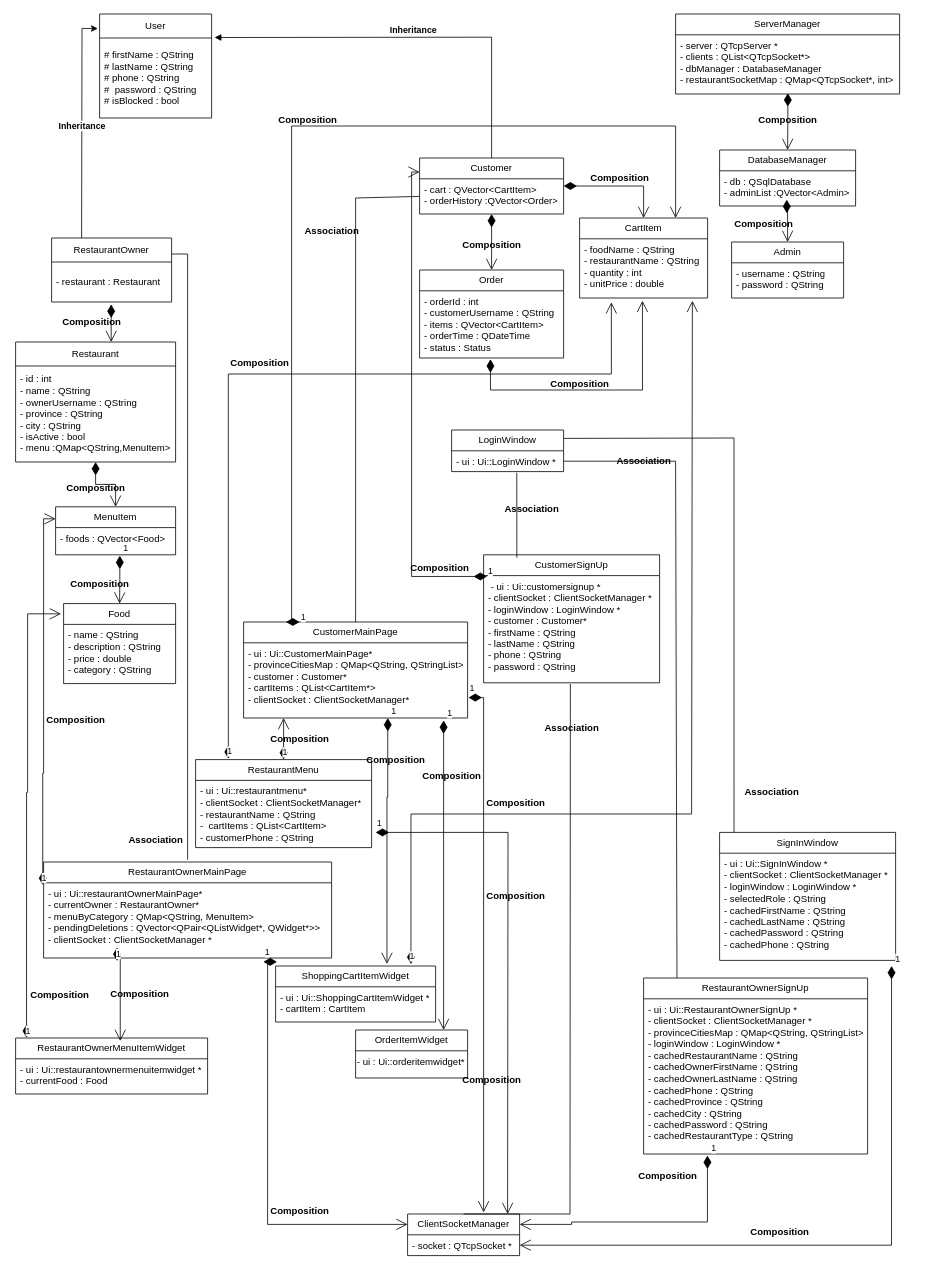
Above: Untitled Diagram.drawio in pooratho/FOOD (draw.io), before the change. Source tidied: cells renumbered, new cells numbered last; positions are measured from the earlier drawing's top-left corner, leaving out a move shared by most shapes. Both pictures are drawn from the tidied source at 80%, with x=0, y=0 at pixel (15, 14).
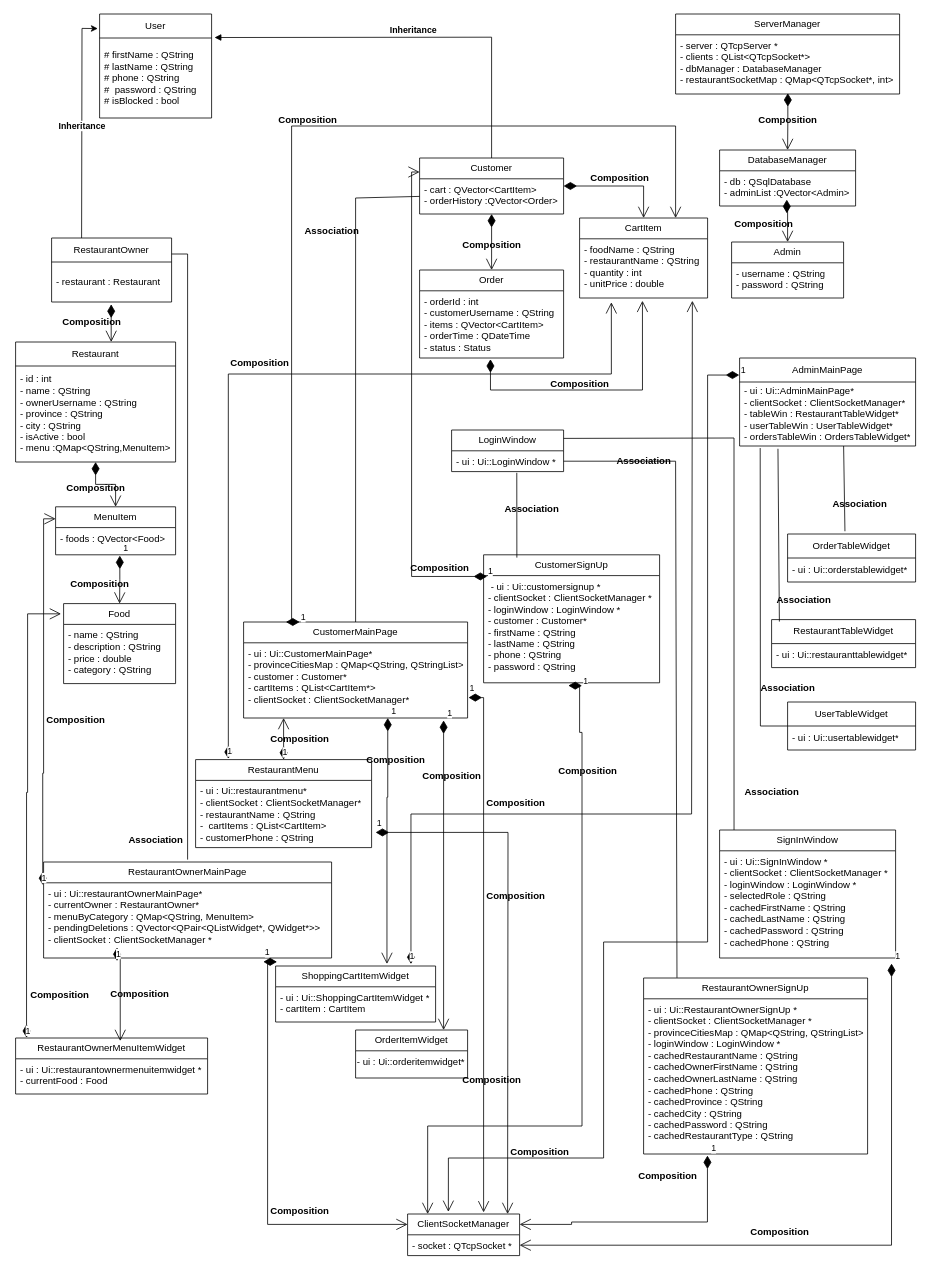
Above is the later version.

Unchanged cells that the change refers to:
```xml
<mxCell id="41" value="ClientSocketManager" style="swimlane;fontStyle=0;horizontal=1;startSize=26;fillColor=none;whiteSpace=wrap;html=1;" parent="1" vertex="1">
  <mxGeometry x="490" y="1500" width="140" height="52" as="geometry" />
</mxCell>
<mxCell id="49" value="&amp;nbsp;- ui : Ui::customersignup *&lt;br&gt;&lt;div&gt;- clientSocket : ClientSocketManager *&lt;/div&gt;&lt;div&gt;-&amp;nbsp;loginWindow :&amp;nbsp;LoginWindow *&lt;/div&gt;- customer : Customer*&lt;br&gt;&lt;div&gt;- firstName : QString&lt;/div&gt;&lt;div&gt;- lastName :&amp;nbsp;QString&lt;/div&gt;&lt;div&gt;- phone :&amp;nbsp;QString&lt;/div&gt;&lt;div&gt;- password :&amp;nbsp;QString&lt;/div&gt;" style="text;strokeColor=none;fillColor=none;align=left;verticalAlign=top;spacingLeft=4;spacingRight=4;overflow=hidden;points=[[0,0.5],[1,0.5]];portConstraint=eastwest;whiteSpace=wrap;html=1;" parent="48" vertex="1">
  <mxGeometry y="26" width="220" height="134" as="geometry" />
</mxCell>
```

The edit, as a diff of the source:
```diff
@@
     <mxCell id="45" value="SignInWindow" style="swimlane;fontStyle=0;horizontal=1;startSize=26;fillColor=none;whiteSpace=wrap;html=1;" parent="1" vertex="1">
-      <mxGeometry x="880" y="1023" width="220" height="160" as="geometry" />
+      <mxGeometry x="880" y="1020" width="220" height="160" as="geometry" />
     </mxCell>
@@
-    <mxCell id="51" value="&lt;strong&gt;Association&lt;/strong&gt; " style="text;align=center;fontStyle=1;verticalAlign=middle;spacingLeft=3;spacingRight=3;strokeColor=none;html=1;" parent="1" vertex="1">
-      <mxGeometry x="655" y="880" width="80" height="26" as="geometry" />
-    </mxCell>
-    <mxCell id="52" style="endArrow=none;html=1;rounded=0;entryX=0.493;entryY=1.011;entryDx=0;entryDy=0;entryPerimeter=0;exitX=0.5;exitY=0;exitDx=0;exitDy=0;" parent="1" edge="1" source="41" target="49">
-      <mxGeometry relative="1" as="geometry">
-        <Array as="points">
-          <mxPoint x="693" y="1500" />
-        </Array>
-      </mxGeometry>
-    </mxCell>
@@
+    <mxCell id="107" value="AdminMainPage" style="swimlane;fontStyle=0;horizontal=1;startSize=30;whiteSpace=wrap;html=1;" parent="1" vertex="1">
+      <mxGeometry x="905" y="430" width="220" height="110" as="geometry" />
+    </mxCell>
+    <mxCell id="108" value="&lt;div&gt;- ui : Ui::AdminMainPage*&lt;/div&gt;&lt;div&gt;-&amp;nbsp;clientSocket :&amp;nbsp;ClientSocketManager*&lt;/div&gt;&lt;div&gt;-&amp;nbsp;tableWin :&amp;nbsp;RestaurantTableWidget*&lt;/div&gt;&lt;div&gt;-&amp;nbsp;userTableWin :&amp;nbsp;UserTableWidget*&lt;/div&gt;- ordersTableWin : OrdersTableWidget*" style="text;strokeColor=none;fillColor=none;align=left;verticalAlign=middle;spacingLeft=4;spacingRight=4;overflow=hidden;points=[[0,0.5],[1,0.5]];portConstraint=eastwest;whiteSpace=wrap;html=1;" parent="107" vertex="1">
+      <mxGeometry y="30" width="220" height="80" as="geometry" />
+    </mxCell>
+    <mxCell id="109" value="OrderTableWidget" style="swimlane;fontStyle=0;horizontal=1;startSize=30;whiteSpace=wrap;html=1;" parent="1" vertex="1">
+      <mxGeometry x="965" y="650" width="160" height="60" as="geometry" />
+    </mxCell>
+    <mxCell id="110" value="- ui : Ui::orderstablewidget*" style="text;strokeColor=none;fillColor=none;align=left;verticalAlign=middle;spacingLeft=4;spacingRight=4;overflow=hidden;whiteSpace=wrap;html=1;" parent="109" vertex="1">
+      <mxGeometry y="30" width="160" height="30" as="geometry" />
+    </mxCell>
+    <mxCell id="111" value="RestaurantTableWidget" style="swimlane;fontStyle=0;horizontal=1;startSize=30;whiteSpace=wrap;html=1;" parent="1" vertex="1">
+      <mxGeometry x="945" y="757" width="180" height="60" as="geometry" />
+    </mxCell>
+    <mxCell id="112" value="- ui : Ui::restauranttablewidget*" style="text;strokeColor=none;fillColor=none;align=left;verticalAlign=middle;spacingLeft=4;spacingRight=4;overflow=hidden;whiteSpace=wrap;html=1;" parent="111" vertex="1">
+      <mxGeometry y="30" width="180" height="30" as="geometry" />
+    </mxCell>
+    <mxCell id="113" value="UserTableWidget" style="swimlane;fontStyle=0;horizontal=1;startSize=30;whiteSpace=wrap;html=1;" parent="1" vertex="1">
+      <mxGeometry x="965" y="860" width="160" height="60" as="geometry" />
+    </mxCell>
+    <mxCell id="114" value="- ui : Ui::usertablewidget*" style="text;strokeColor=none;fillColor=none;align=left;verticalAlign=middle;spacingLeft=4;spacingRight=4;overflow=hidden;points=[[0,0.5],[1,0.5]];portConstraint=eastwest;whiteSpace=wrap;html=1;" parent="113" vertex="1">
+      <mxGeometry y="30" width="160" height="30" as="geometry" />
+    </mxCell>
+    <mxCell id="115" value="1" style="endArrow=open;html=1;endSize=12;startArrow=diamondThin;startSize=14;startFill=1;edgeStyle=orthogonalEdgeStyle;align=left;verticalAlign=bottom;rounded=0;exitX=-0.002;exitY=0.194;exitDx=0;exitDy=0;exitPerimeter=0;entryX=0.364;entryY=-0.051;entryDx=0;entryDy=0;entryPerimeter=0;" parent="1" edge="1" source="107" target="41">
+      <mxGeometry x="-1" y="3" relative="1" as="geometry">
+        <Array as="points">
+          <mxPoint x="865" y="451" />
+          <mxPoint x="865" y="1160" />
+          <mxPoint x="735" y="1160" />
+          <mxPoint x="735" y="1430" />
+          <mxPoint x="541" y="1430" />
+        </Array>
+      </mxGeometry>
+    </mxCell>
+    <mxCell id="116" value="Composition" style="text;align=center;fontStyle=1;verticalAlign=middle;spacingLeft=3;spacingRight=3;strokeColor=none;html=1;" parent="1" vertex="1">
+      <mxGeometry x="615" y="1410" width="80" height="26" as="geometry" />
+    </mxCell>
+    <mxCell id="117" value="1" style="endArrow=open;html=1;endSize=12;startArrow=diamondThin;startSize=14;startFill=1;edgeStyle=orthogonalEdgeStyle;align=left;verticalAlign=bottom;rounded=0;exitX=0.559;exitY=1.027;exitDx=0;exitDy=0;exitPerimeter=0;entryX=0.179;entryY=0;entryDx=0;entryDy=0;entryPerimeter=0;" parent="1" edge="1" source="49" target="41">
+      <mxGeometry x="-1" y="3" relative="1" as="geometry">
+        <Array as="points">
+          <mxPoint x="705" y="840" />
+          <mxPoint x="705" y="898" />
+          <mxPoint x="708" y="898" />
+          <mxPoint x="708" y="1390" />
+          <mxPoint x="515" y="1390" />
+        </Array>
+      </mxGeometry>
+    </mxCell>
+    <mxCell id="118" value="Composition" style="text;align=center;fontStyle=1;verticalAlign=middle;spacingLeft=3;spacingRight=3;strokeColor=none;html=1;" parent="1" vertex="1">
+      <mxGeometry x="675" y="934" width="80" height="26" as="geometry" />
+    </mxCell>
+    <mxCell id="119" style="endArrow=none;html=1;rounded=0;entryX=0.591;entryY=1;entryDx=0;entryDy=0;entryPerimeter=0;exitX=0.448;exitY=-0.057;exitDx=0;exitDy=0;exitPerimeter=0;" parent="1" edge="1" source="109" target="108">
+      <mxGeometry relative="1" as="geometry" />
+    </mxCell>
+    <mxCell id="120" value="&lt;strong&gt;Association&lt;/strong&gt; " style="text;align=center;fontStyle=1;verticalAlign=middle;spacingLeft=3;spacingRight=3;strokeColor=none;html=1;" parent="1" vertex="1">
+      <mxGeometry x="1015" y="600" width="80" height="26" as="geometry" />
+    </mxCell>
+    <mxCell id="121" style="endArrow=none;html=1;rounded=0;entryX=0.218;entryY=1.043;entryDx=0;entryDy=0;entryPerimeter=0;exitX=0.054;exitY=0.041;exitDx=0;exitDy=0;exitPerimeter=0;" parent="1" edge="1" source="111" target="108">
+      <mxGeometry relative="1" as="geometry" />
+    </mxCell>
+    <mxCell id="122" value="&lt;strong&gt;Association&lt;/strong&gt; " style="text;align=center;fontStyle=1;verticalAlign=middle;spacingLeft=3;spacingRight=3;strokeColor=none;html=1;" parent="1" vertex="1">
+      <mxGeometry x="945" y="720" width="80" height="26" as="geometry" />
+    </mxCell>
+    <mxCell id="123" style="endArrow=none;html=1;rounded=0;entryX=0.117;entryY=1.032;entryDx=0;entryDy=0;entryPerimeter=0;exitX=0;exitY=0;exitDx=0;exitDy=0;exitPerimeter=0;" parent="1" edge="1" source="114" target="108">
+      <mxGeometry relative="1" as="geometry">
+        <Array as="points">
+          <mxPoint x="931" y="890" />
+        </Array>
+      </mxGeometry>
+    </mxCell>
+    <mxCell id="124" value="&lt;strong&gt;Association&lt;/strong&gt; " style="text;align=center;fontStyle=1;verticalAlign=middle;spacingLeft=3;spacingRight=3;strokeColor=none;html=1;" parent="1" vertex="1">
+      <mxGeometry x="925" y="830" width="80" height="26" as="geometry" />
+    </mxCell>
```
